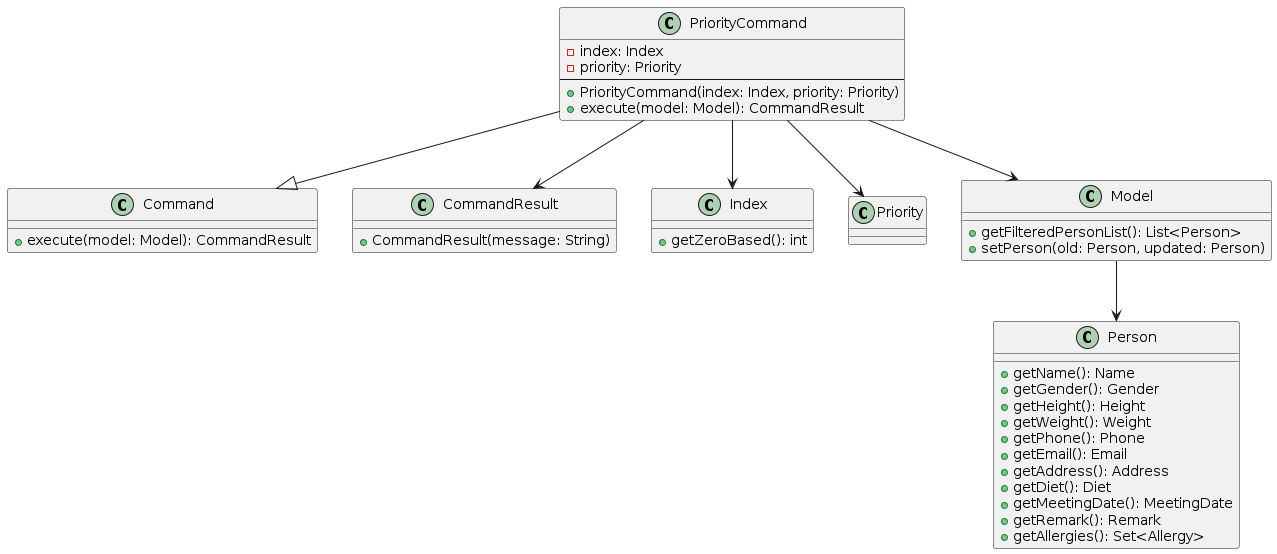
This is diagrams/priority-command/PriorityCommandClassDiagram.png from NoahKoh/tp, a PlantUML export, as it was before one commit. Its source is kept beside it as diagrams/priority-command/PriorityCommandClassDiagram.puml.
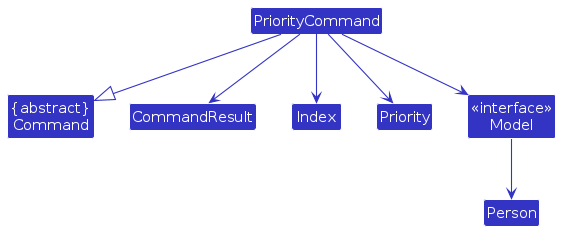
Later version of the same file.

Diff of the diagram source:
```diff
@@ -1,4 +1,9 @@
 @startuml
+!include ../style.puml
+skinparam arrowThickness 1.1
+skinparam arrowColor LOGIC_COLOR
+skinparam classBackgroundColor LOGIC_COLOR
+
 class PriorityCommand {
   - index: Index
   - priority: Priority
@@ -9,7 +14,7 @@
 
 PriorityCommand --|> Command
 
-class Command {
+class "{abstract}\nCommand" as Command {
   + execute(model: Model): CommandResult
 }
 
@@ -23,7 +28,7 @@
 
 class Priority
 
-class Model {
+class "<<interface>>\nModel" as Model {
   +getFilteredPersonList(): List<Person>
   +setPerson(old: Person, updated: Person)
 }
```
